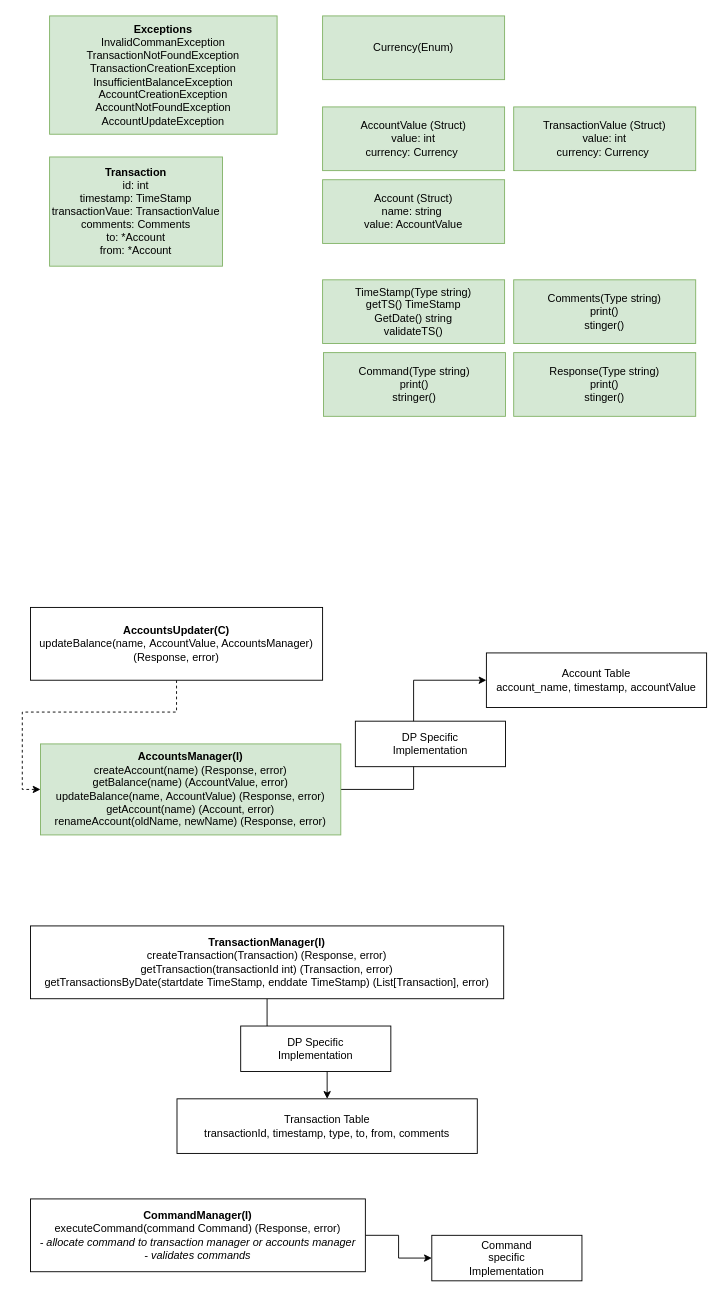
pogo420/persofin keeps this draw.io diagram as page "LLD" (2 of 3) of architecture/personal_finance_utility.drawio. Above is the earlier version. Source tidied: cells renumbered, new cells numbered last; positions are measured from the earlier drawing's top-left corner, leaving out a move shared by most shapes. Both pictures are drawn from the tidied source at 91%, with x=0, y=0 at pixel (30, 15).
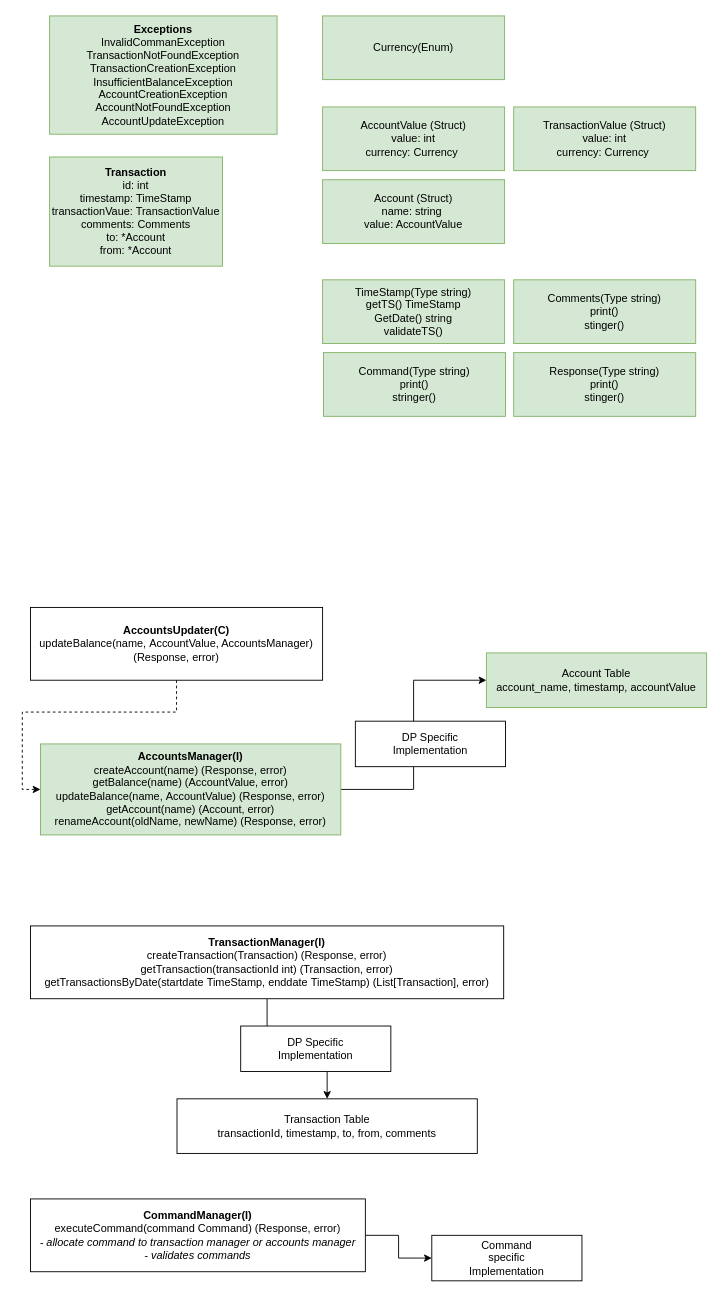
The same page after the edit.

Change to the diagram source:
```diff
@@
-    <mxCell id="10" value="Account Table&lt;br&gt;account_name, timestamp, accountValue" style="rounded=0;whiteSpace=wrap;html=1;" parent="1" vertex="1">
+    <mxCell id="10" value="Account Table&lt;br&gt;account_name, timestamp, accountValue" style="rounded=0;whiteSpace=wrap;html=1;fillColor=#d5e8d4;strokeColor=#82b366;" parent="1" vertex="1">
       <mxGeometry x="501" y="700" width="242" height="60" as="geometry" />
     </mxCell>
-    <mxCell id="11" value="Transaction Table&lt;br&gt;transactionId, timestamp, type, to, from, comments" style="rounded=0;whiteSpace=wrap;html=1;" parent="1" vertex="1">
+    <mxCell id="11" value="Transaction Table&lt;br&gt;transactionId, timestamp, to, from, comments" style="rounded=0;whiteSpace=wrap;html=1;" parent="1" vertex="1">
       <mxGeometry x="161" y="1190" width="330" height="60" as="geometry" />
     </mxCell>
```
